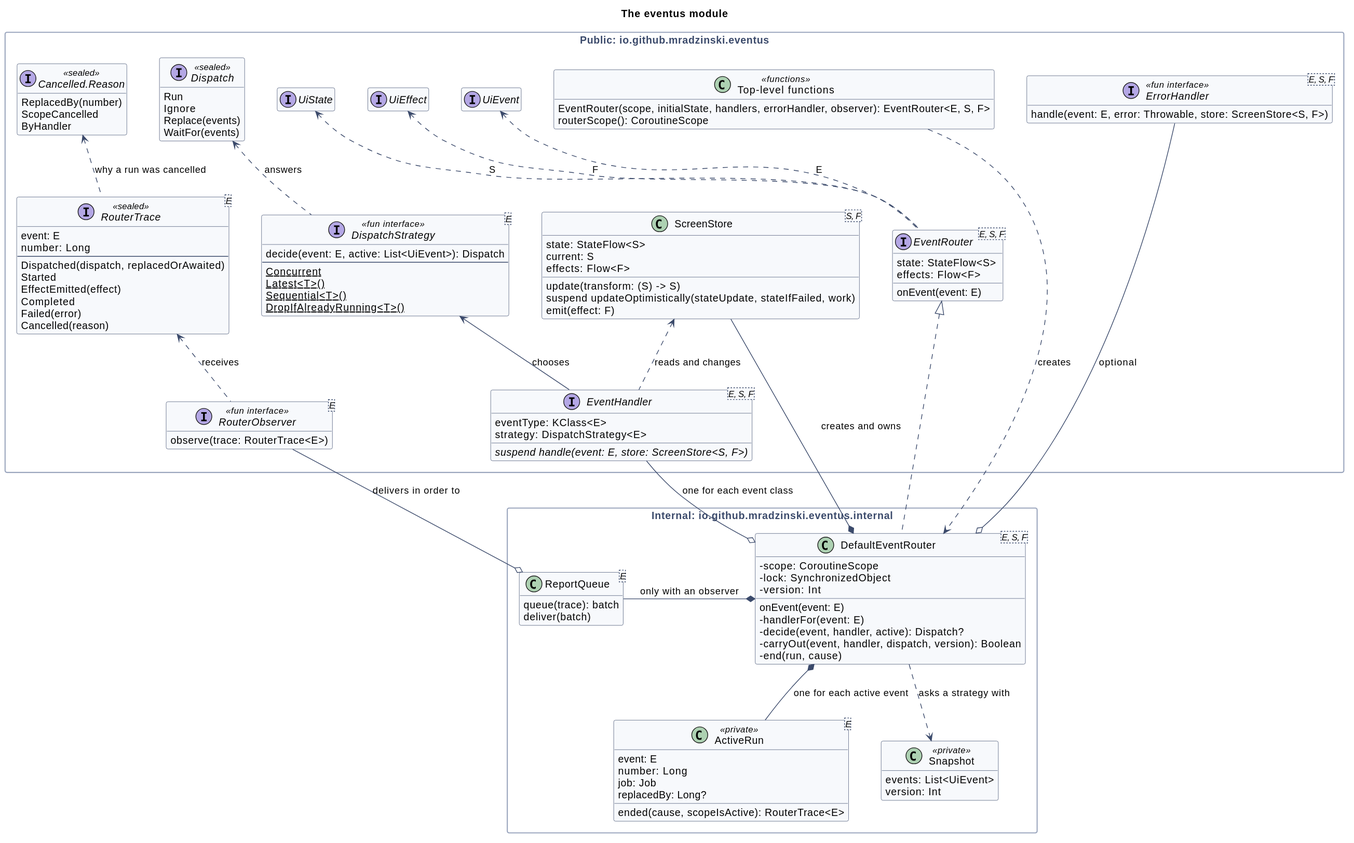
Earlier version of the PlantUML export docs/class-diagram.svg (mradzinski/Eventus).
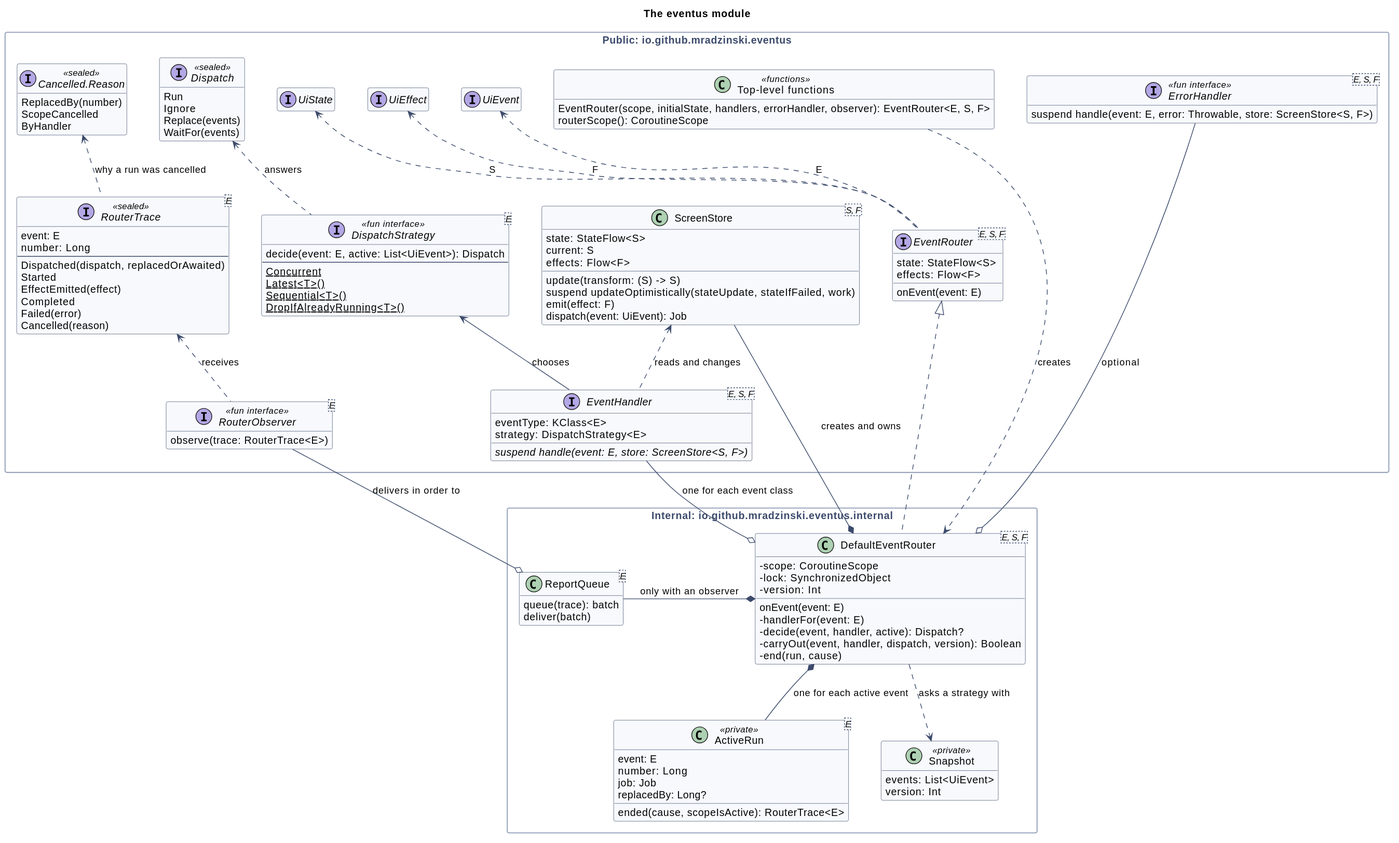
Later version of the same file.

Diff of the diagram source:
```diff
@@ -50,10 +50,11 @@
         update(transform: (S) -> S)
         suspend updateOptimistically(stateUpdate, stateIfFailed, work)
         emit(effect: F)
+        dispatch(event: UiEvent): Job
     }
 
     interface "ErrorHandler<E, S, F>" as ErrorHandler <<fun interface>> {
-        handle(event: E, error: Throwable, store: ScreenStore<S, F>)
+        suspend handle(event: E, error: Throwable, store: ScreenStore<S, F>)
     }
 
     interface "DispatchStrategy<E>" as DispatchStrategy <<fun interface>> {
```
